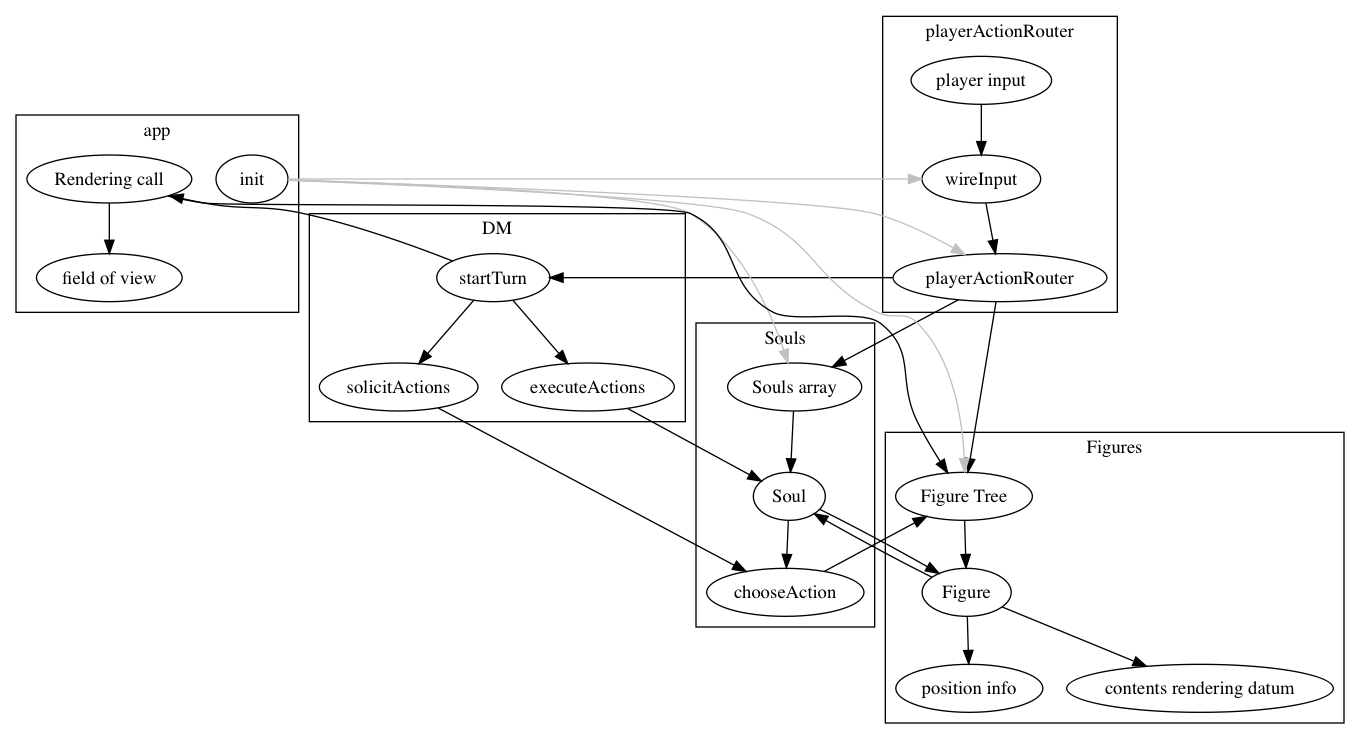
Above: docs/soul-figure-relationship.png in jimkang/exogenite (Graphviz), before the change. Its source is kept beside it as docs/soul-figure-relationship.dot.
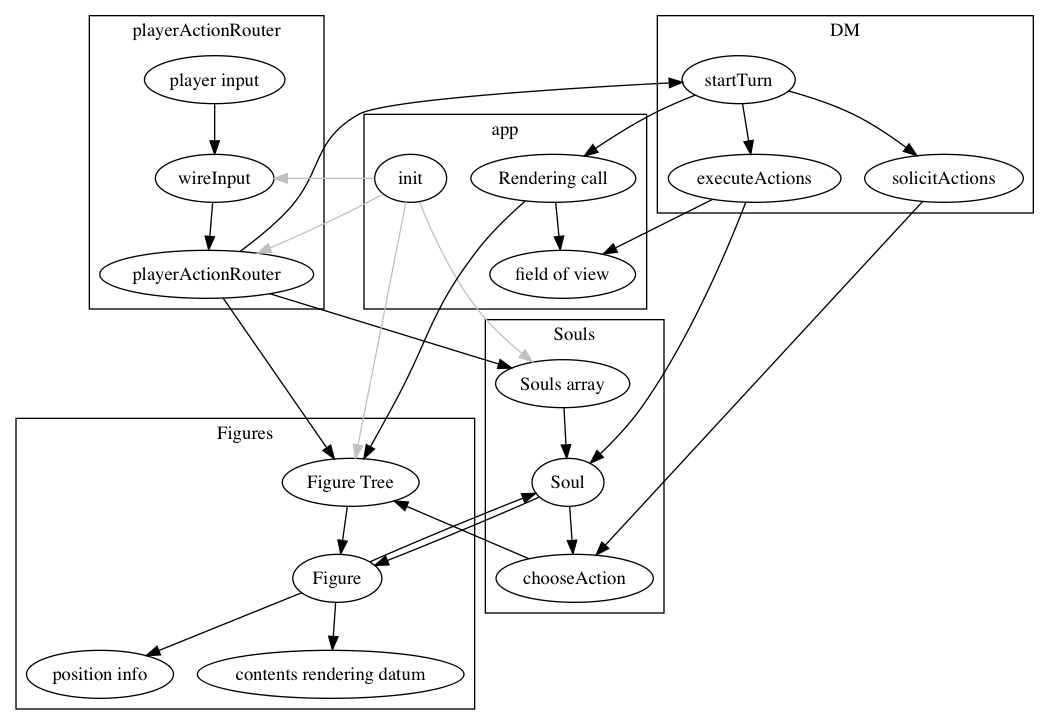
After the commit.

What changed in the source:
```diff
@@ -41,5 +41,6 @@
     "Rendering call" -> "field of view";
     "Rendering call" -> "Figure Tree";
     startTurn -> "Rendering call";
+    executeActions -> "field of view";
   }
 }
```
